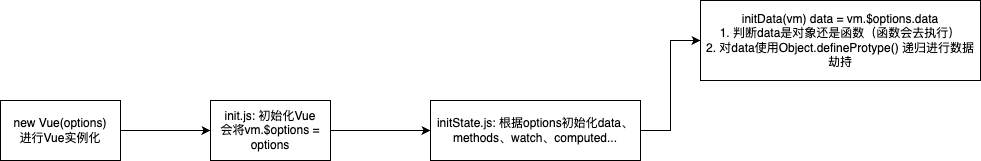
This is Vue2源码.drawio.png from JYbill/draw, a draw.io export, as it was before one commit. Source tidied: cells renumbered, new cells last; positions are measured from the earlier drawing's top-left corner, leaving out a move shared by most shapes.
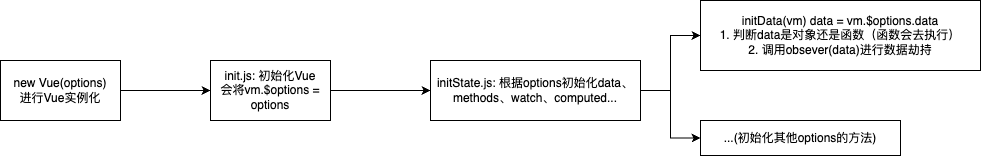
Above is the later version.

Change to the diagram source:
```diff
@@ -17,11 +17,17 @@
     <mxCell id="6" style="edgeStyle=orthogonalEdgeStyle;rounded=0;jettySize=auto;html=1;exitX=1;exitY=0.5;exitDx=0;exitDy=0;entryX=0;entryY=0.5;entryDx=0;entryDy=0;" parent="1" edge="1" source="7" target="8">
       <mxGeometry relative="1" as="geometry" />
     </mxCell>
+    <mxCell id="9" style="edgeStyle=orthogonalEdgeStyle;rounded=0;jettySize=auto;html=1;exitX=1;exitY=0.5;exitDx=0;exitDy=0;entryX=0;entryY=0.5;entryDx=0;entryDy=0;" parent="1" edge="1" source="7" target="10">
+      <mxGeometry relative="1" as="geometry" />
+    </mxCell>
     <mxCell id="7" value="initState.js: 根据options初始化data、methods、watch、computed..." style="rounded=0;whiteSpace=wrap;html=1;" parent="1" vertex="1">
       <mxGeometry x="430" y="100" width="210" height="60" as="geometry" />
     </mxCell>
-    <mxCell id="8" value="initData(vm) data = vm.$options.data&lt;br&gt;1. 判断data是对象还是函数（函数会去执行）&lt;br&gt;2. 对data使用Object.defineProtype() 递归进行数据劫持" style="rounded=0;whiteSpace=wrap;html=1;" parent="1" vertex="1">
-      <mxGeometry x="700" width="280" height="80" as="geometry" />
+    <mxCell id="8" value="initData(vm) data = vm.$options.data&lt;br&gt;1. 判断data是对象还是函数（函数会去执行）&lt;br&gt;2. 调用obsever(data)进行数据劫持" style="rounded=0;whiteSpace=wrap;html=1;" parent="1" vertex="1">
+      <mxGeometry x="700" y="40" width="280" height="70" as="geometry" />
     </mxCell>
+    <mxCell id="10" value="...(初始化其他options的方法)" style="rounded=0;whiteSpace=wrap;html=1;" parent="1" vertex="1">
+      <mxGeometry x="700" y="160" width="200" height="35" as="geometry" />
+    </mxCell>
   </root>
 </mxGraphModel>
```
